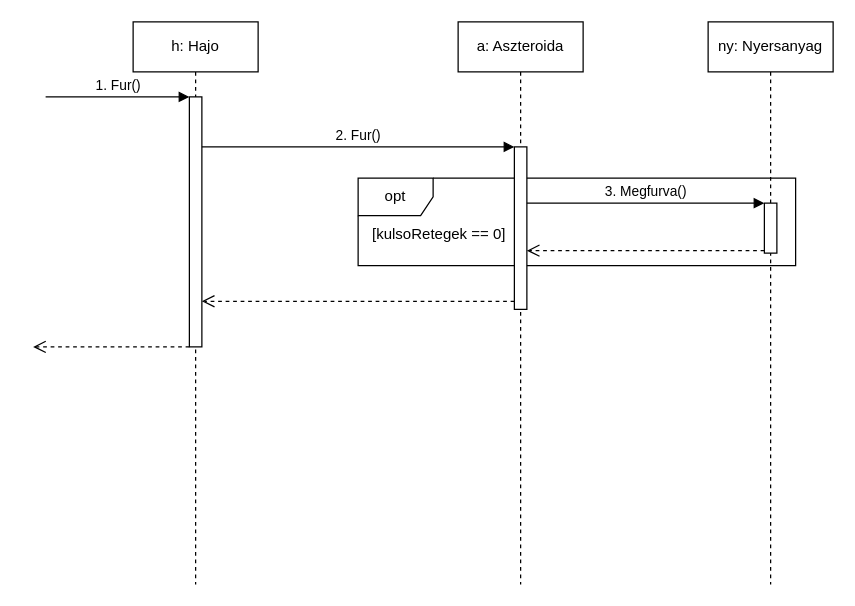
This is doc/uml/ship_drills.drawio from torpeBoiGo/aszteroidabanyaszat, a draw.io file, before an edit. Source tidied: cells renumbered, new cells numbered last; positions are measured from the earlier drawing's top-left corner, leaving out a move shared by most shapes. Both pictures are drawn from the tidied source at 125%, with x=0, y=0 at pixel (32, 21).
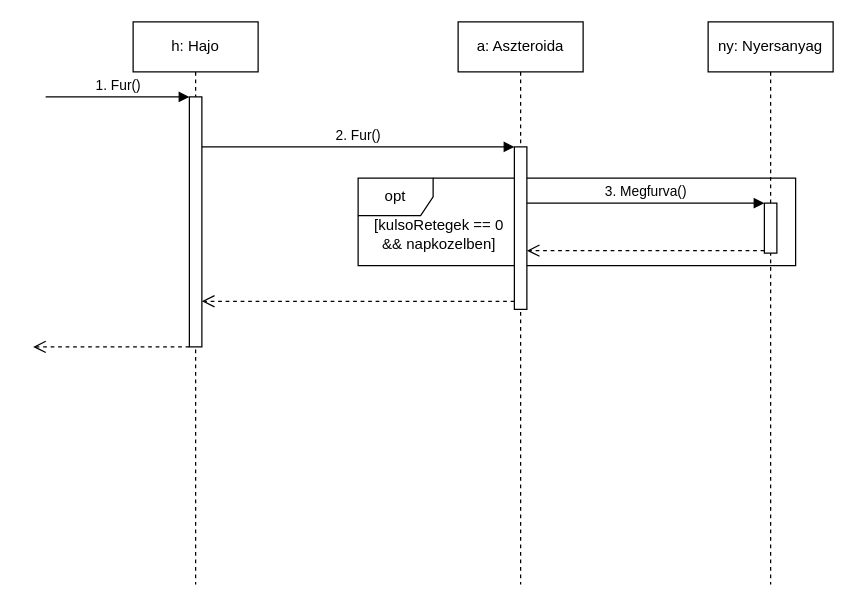
The same page after the edit.

Commit message:
napkozelben ellenőrzése

What changed in the source:
```diff
@@
 <mxGraphModel>
   <root>
     <mxCell id="0" />
     <mxCell id="1" parent="0" />
     <mxCell id="2" value="opt" style="shape=umlFrame;whiteSpace=wrap;html=1;" parent="1" vertex="1">
       <mxGeometry x="260" y="125" width="350" height="70" as="geometry" />
     </mxCell>
     <mxCell id="3" value="h: Hajo" style="shape=umlLifeline;perimeter=lifelinePerimeter;whiteSpace=wrap;html=1;" parent="1" vertex="1">
       <mxGeometry x="80" width="100" height="450" as="geometry" />
     </mxCell>
     <mxCell id="4" style="html=1;points=[];perimeter=orthogonalPerimeter;" parent="3" vertex="1">
       <mxGeometry x="45" y="60" width="10" height="200" as="geometry" />
     </mxCell>
     <mxCell id="5" value="1. Fur()" style="html=1;verticalAlign=bottom;endArrow=block;entryX=0;entryY=0;" parent="3" edge="1" target="4">
       <mxGeometry relative="1" as="geometry">
         <mxPoint x="-70" y="60" as="sourcePoint" />
       </mxGeometry>
     </mxCell>
     <mxCell id="6" style="html=1;verticalAlign=bottom;endArrow=open;dashed=1;endSize=8;" parent="3" edge="1" source="4">
       <mxGeometry x="0.24" y="77" relative="1" as="geometry">
         <mxPoint x="-80" y="260" as="targetPoint" />
       </mxGeometry>
     </mxCell>
     <mxCell id="7" value="a: Aszteroida" style="shape=umlLifeline;perimeter=lifelinePerimeter;whiteSpace=wrap;html=1;" parent="1" vertex="1">
       <mxGeometry x="340" width="100" height="450" as="geometry" />
     </mxCell>
     <mxCell id="8" style="html=1;points=[];perimeter=orthogonalPerimeter;" parent="7" vertex="1">
       <mxGeometry x="45" y="100" width="10" height="130" as="geometry" />
     </mxCell>
     <mxCell id="9" value="2. Fur()" style="html=1;verticalAlign=bottom;endArrow=block;entryX=0;entryY=0;" parent="1" edge="1" source="4" target="8">
       <mxGeometry relative="1" as="geometry" />
     </mxCell>
     <mxCell id="10" style="html=1;verticalAlign=bottom;endArrow=open;dashed=1;endSize=8;exitX=0;exitY=0.95;" parent="1" edge="1" source="8" target="4">
       <mxGeometry x="0.02" y="54" relative="1" as="geometry" />
     </mxCell>
     <mxCell id="11" value="ny: Nyersanyag" style="shape=umlLifeline;perimeter=lifelinePerimeter;whiteSpace=wrap;html=1;" parent="1" vertex="1">
       <mxGeometry x="540" width="100" height="450" as="geometry" />
     </mxCell>
     <mxCell id="12" style="html=1;points=[];perimeter=orthogonalPerimeter;" parent="11" vertex="1">
       <mxGeometry x="45" y="145" width="10" height="40" as="geometry" />
     </mxCell>
     <mxCell id="13" value="3. Megfurva()" style="html=1;verticalAlign=bottom;endArrow=block;entryX=0;entryY=0;" parent="1" edge="1" source="8" target="12">
       <mxGeometry relative="1" as="geometry" />
     </mxCell>
     <mxCell id="14" style="html=1;verticalAlign=bottom;endArrow=open;dashed=1;endSize=8;exitX=0;exitY=0.95;" parent="1" edge="1" source="12" target="8">
       <mxGeometry x="-0.09" y="52" relative="1" as="geometry" />
     </mxCell>
-    <mxCell id="15" value="[kulsoRetegek == 0]" style="text;html=1;strokeColor=none;fillColor=none;align=center;verticalAlign=middle;whiteSpace=wrap;rounded=0;" parent="1" vertex="1">
+    <mxCell id="15" value="[kulsoRetegek == 0 &amp;amp;&amp;amp; napkozelben]" style="text;html=1;strokeColor=none;fillColor=none;align=center;verticalAlign=middle;whiteSpace=wrap;rounded=0;" parent="1" vertex="1">
       <mxGeometry x="270" y="160" width="110" height="20" as="geometry" />
     </mxCell>
   </root>
 </mxGraphModel>
```
